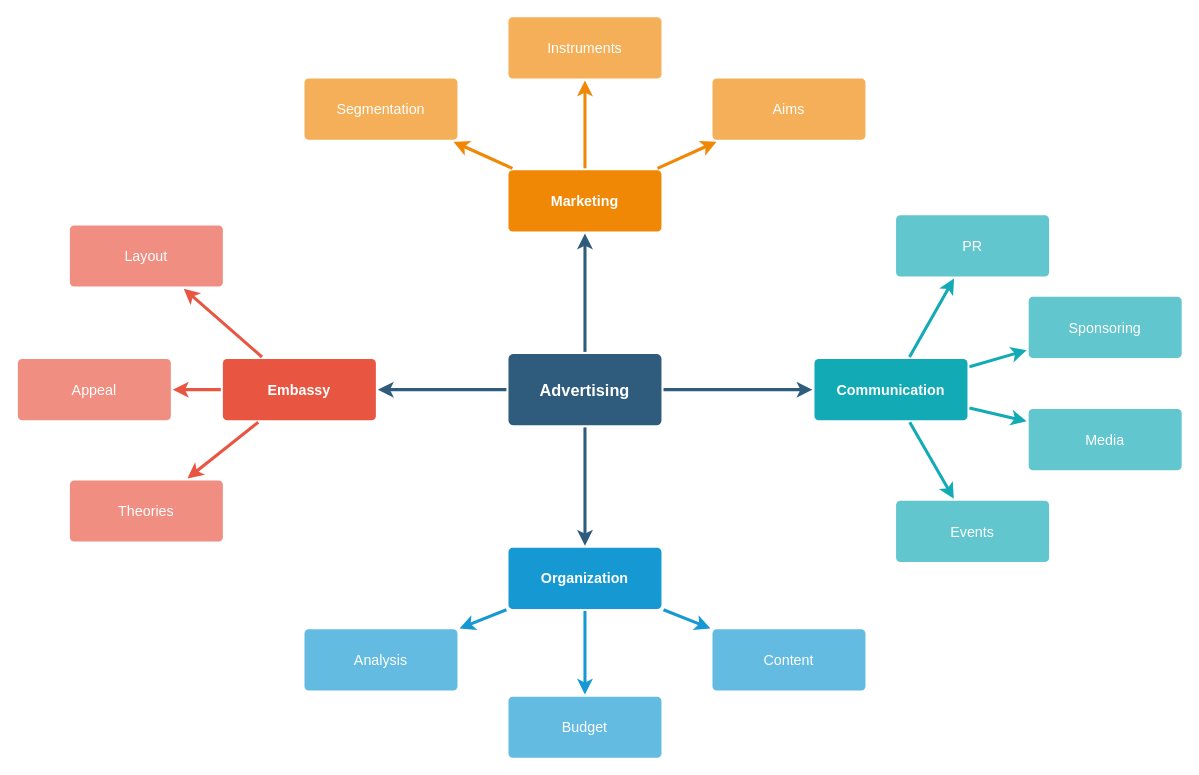
This is Untitled Diagram.drawio from holmesrg/testonly, a draw.io file, before an edit. Source tidied: cells renumbered, new cells numbered last; positions are measured from the earlier drawing's top-left corner, leaving out a move shared by most shapes. Both pictures are drawn from the tidied source at 102%, with x=0, y=0 at pixel (17, 16).
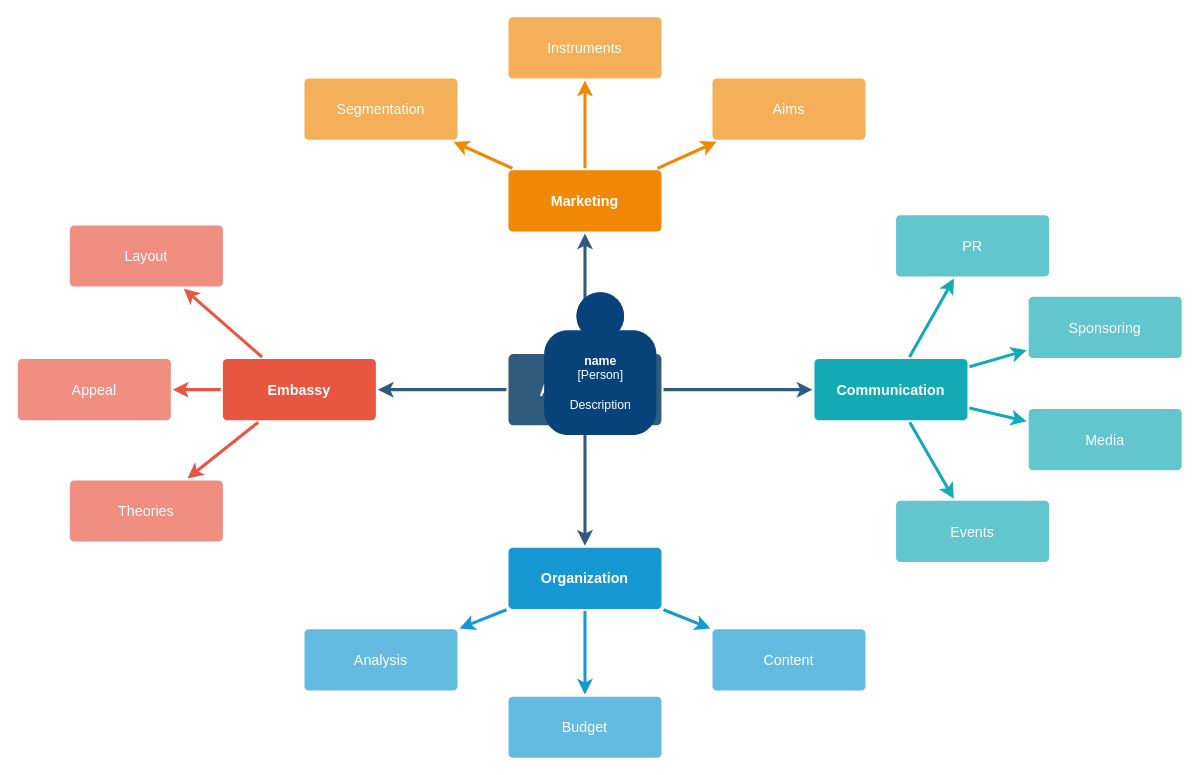
The same diagram, later.

Commit message:
Radium Capital Model

Change to the diagram source:
```diff
@@
+    <object id="37" label="&lt;b&gt;%c4Name%&lt;/b&gt;&lt;div&gt;[%c4Type%]&lt;/div&gt;&lt;br&gt;&lt;div&gt;%c4Description%&lt;/div&gt;" c4Description="Description" c4Name="name" c4Type="Person" placeholders="1">
+      <mxCell style="html=1;dashed=0;whitespace=wrap;fillColor=#08427b;strokeColor=none;fontColor=#ffffff;shape=mxgraph.c4.person;align=center;metaData={&quot;c4Type&quot;:{&quot;editable&quot;:false}};" parent="1" vertex="1">
+        <mxGeometry x="516" y="270" width="110" height="140" as="geometry" />
+      </mxCell>
+    </object>
```
